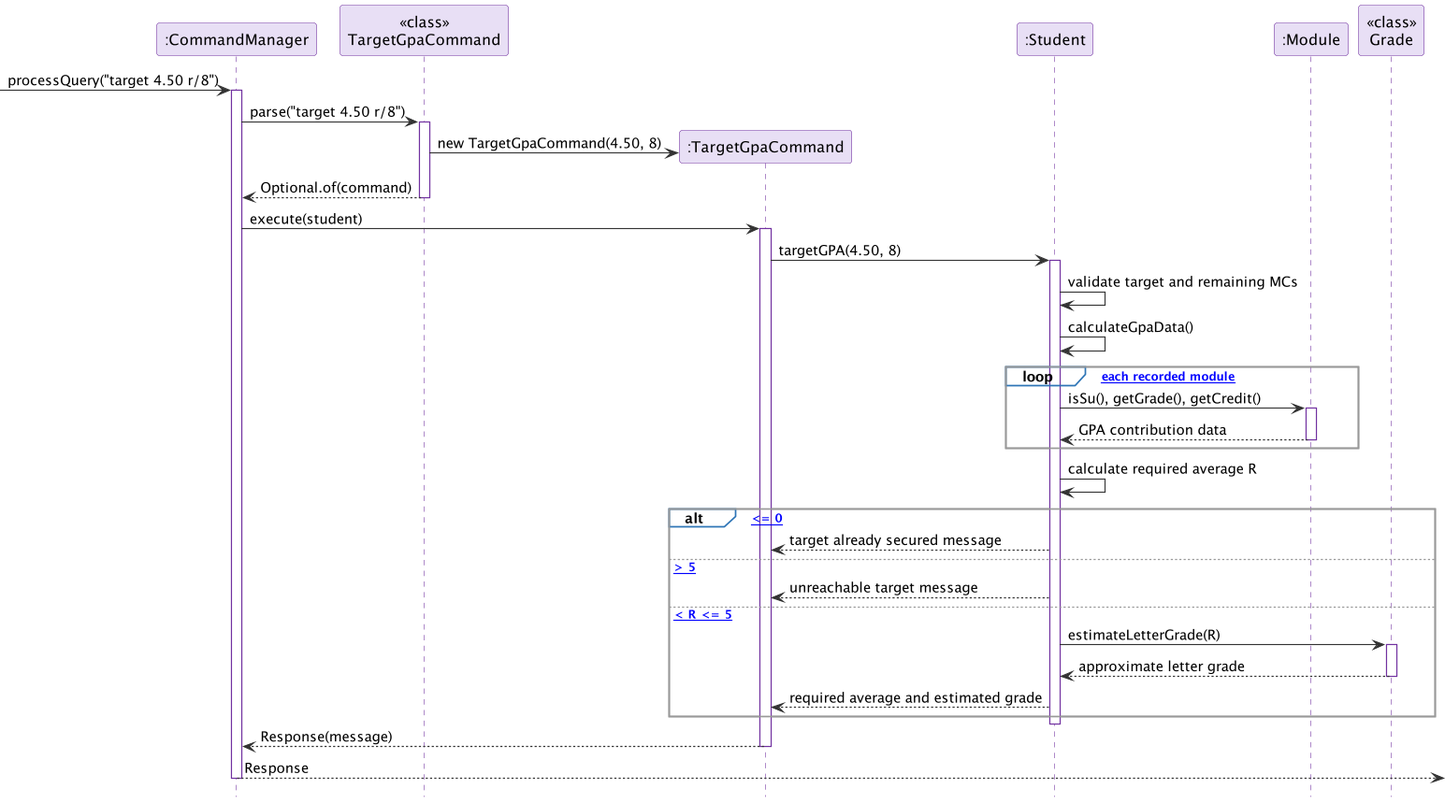
AY2627S1-CS2113-T11-2/tp keeps this PlantUML diagram as docs/images/TargetGpaSequence.png. Above is the earlier version.
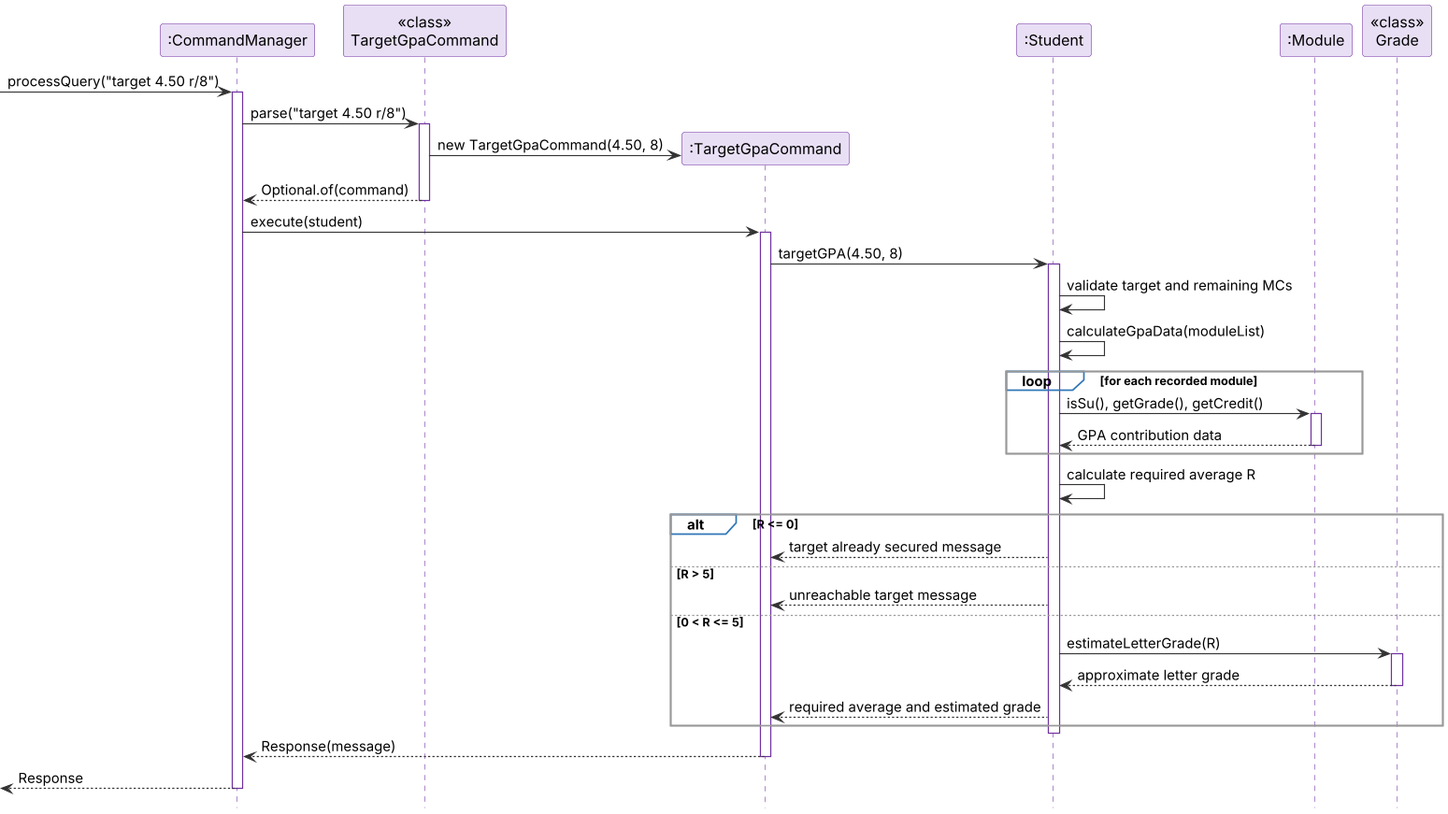
After the commit.

What changed in the source:
```diff
@@ -19,19 +19,19 @@
 T -> S : targetGPA(4.50, 8)
 activate S
 S -> S : validate target and remaining MCs
-S -> S : calculateGpaData()
-loop [for each recorded module]
+S -> S : calculateGpaData(moduleList)
+loop for each recorded module
   S -> M : isSu(), getGrade(), getCredit()
   activate M
   M --> S : GPA contribution data
   deactivate M
 end
 S -> S : calculate required average R
-alt [R <= 0]
+alt R <= 0
   S --> T : target already secured message
-else [R > 5]
+else R > 5
   S --> T : unreachable target message
-else [0 < R <= 5]
+else 0 < R <= 5
   S -> G : estimateLetterGrade(R)
   activate G
   G --> S : approximate letter grade
@@ -41,6 +41,6 @@
 deactivate S
 T --> CM : Response(message)
 deactivate T
-CM -->] : Response
+[<-- CM : Response
 deactivate CM
 @enduml
```
